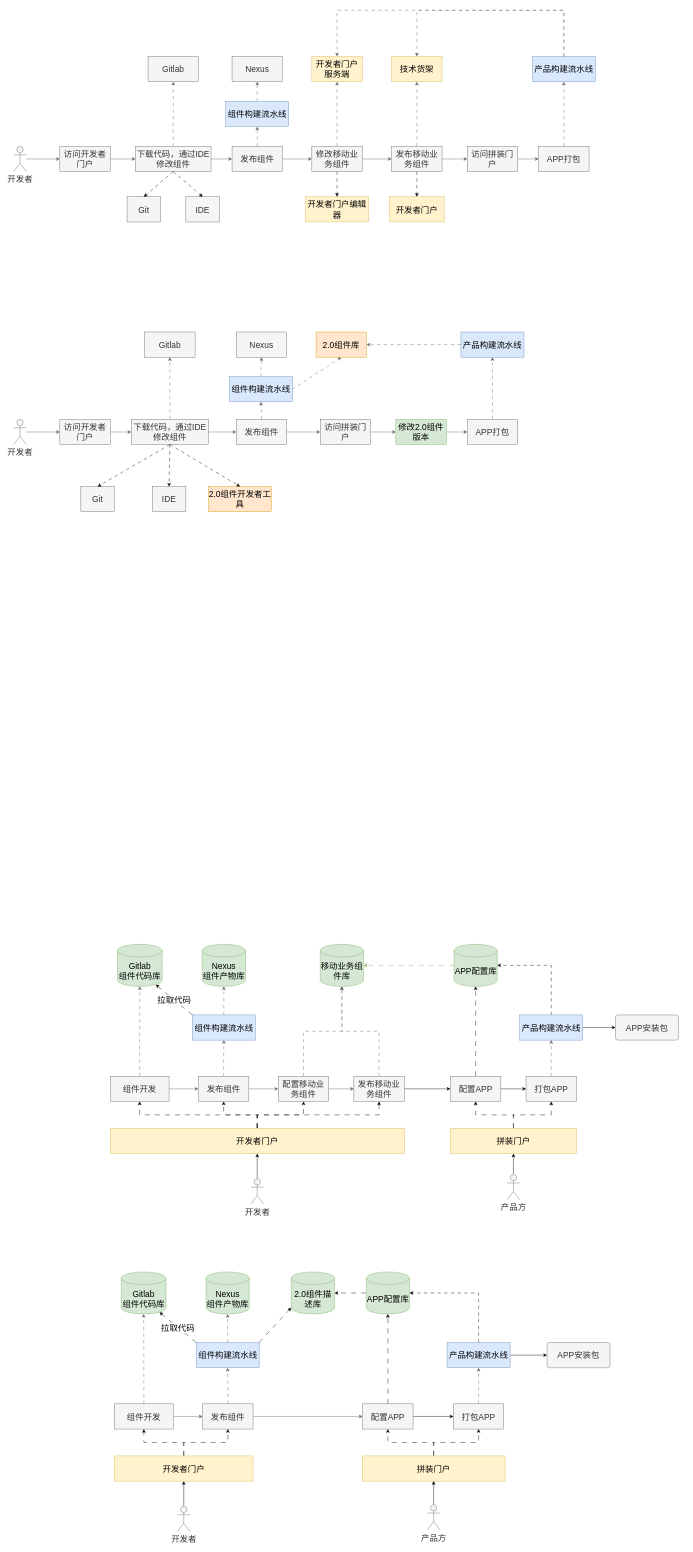
Before: page "第 17 页" (17 of 21) of nd-apf.drawio in kwhitestone/drawio, a draw.io diagram. Source tidied: cells renumbered, new cells numbered last; positions are measured from the earlier drawing's top-left corner, leaving out a move shared by most shapes. Both pictures are drawn from the tidied source at 42%, with x=0, y=0 at pixel (13, 10).
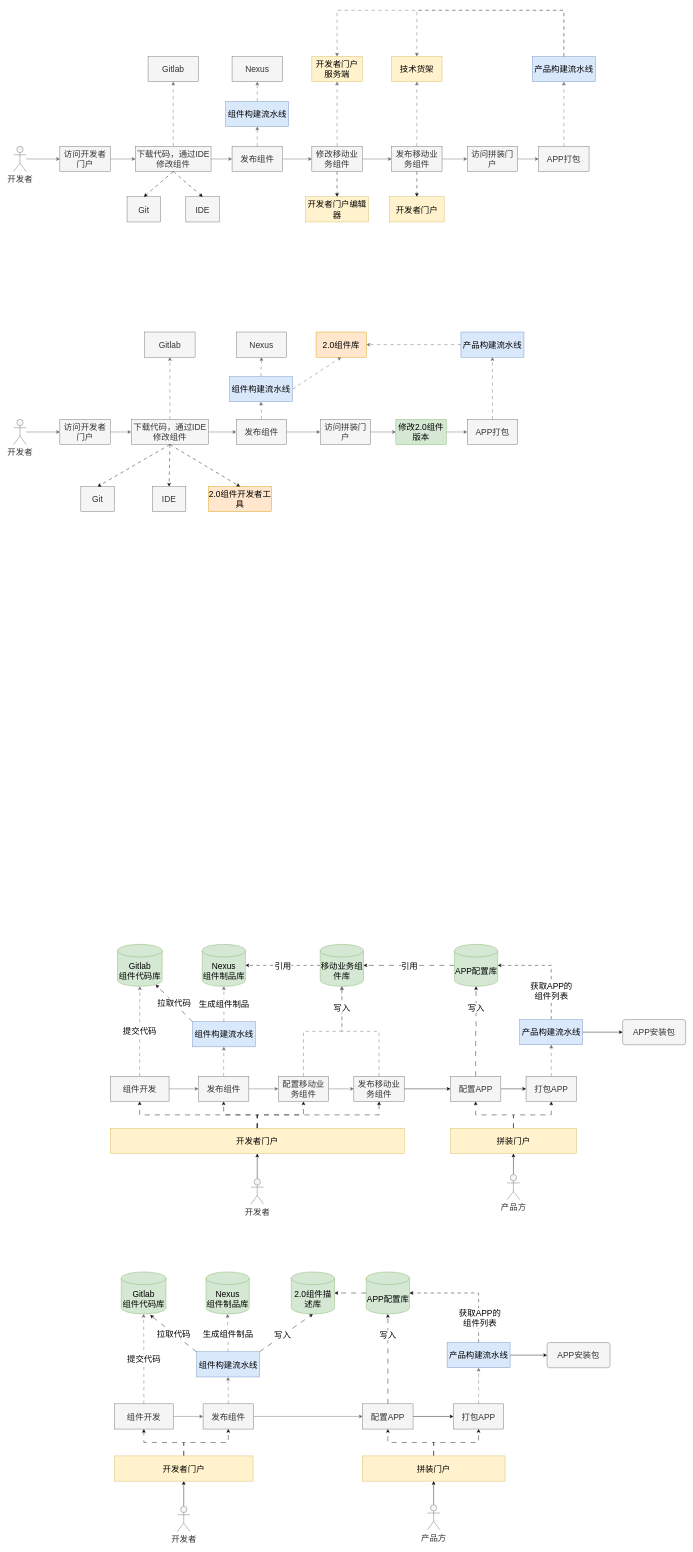
The same page after the edit.

Unchanged cells that the change refers to:
```xml
<mxCell id="73" value="组件开发" style="rounded=0;whiteSpace=wrap;html=1;fontSize=20;fillColor=#f5f5f5;fontColor=#333333;strokeColor=#666666;" parent="1" vertex="1">
  <mxGeometry x="240" y="3318" width="140" height="60" as="geometry" />
</mxCell>
<mxCell id="74" style="edgeStyle=orthogonalEdgeStyle;rounded=0;jettySize=auto;html=1;entryX=0.5;entryY=1;entryDx=0;entryDy=0;dashed=1;dashPattern=8 8;fontSize=20;fillColor=#f5f5f5;strokeColor=#666666;entryPerimeter=0;" parent="1" edge="1" source="87" target="90">
  <mxGeometry relative="1" as="geometry" />
</mxCell>
<mxCell id="83" value="产品构建流水线" style="rounded=0;whiteSpace=wrap;html=1;fontSize=20;fillColor=#dae8fc;strokeColor=#6c8ebf;" parent="1" vertex="1">
  <mxGeometry x="1032" y="3172" width="150" height="60" as="geometry" />
</mxCell>
<mxCell id="89" value="&lt;font style=&quot;font-size: 20px;&quot;&gt;Gitlab&lt;br&gt;组件代码库&lt;br&gt;&lt;/font&gt;" style="shape=cylinder3;whiteSpace=wrap;html=1;boundedLbl=1;backgroundOutline=1;size=15;fillColor=#d5e8d4;strokeColor=#82b366;" parent="1" vertex="1">
  <mxGeometry x="256.2" y="3004" width="106.5" height="100" as="geometry" />
</mxCell>
<mxCell id="96" value="配置APP" style="rounded=0;whiteSpace=wrap;html=1;fontSize=20;fillColor=#f5f5f5;fontColor=#333333;strokeColor=#666666;" parent="1" vertex="1">
  <mxGeometry x="831" y="3318" width="120" height="60" as="geometry" />
</mxCell>
<mxCell id="97" value="&lt;span style=&quot;font-size: 20px;&quot;&gt;2.0组件描述库&lt;/span&gt;" style="shape=cylinder3;whiteSpace=wrap;html=1;boundedLbl=1;backgroundOutline=1;size=15;fillColor=#d5e8d4;strokeColor=#82b366;" parent="1" vertex="1">
  <mxGeometry x="661" y="3004" width="103" height="100" as="geometry" />
</mxCell>
<mxCell id="101" value="&lt;span style=&quot;font-size: 20px;&quot;&gt;APP配置库&lt;/span&gt;" style="shape=cylinder3;whiteSpace=wrap;html=1;boundedLbl=1;backgroundOutline=1;size=15;fillColor=#d5e8d4;strokeColor=#82b366;" parent="1" vertex="1">
  <mxGeometry x="839.5" y="3004" width="103" height="100" as="geometry" />
</mxCell>
<mxCell id="106" value="组件开发" style="rounded=0;whiteSpace=wrap;html=1;fontSize=20;fillColor=#f5f5f5;fontColor=#333333;strokeColor=#666666;" parent="1" vertex="1">
  <mxGeometry x="230" y="2538" width="140" height="60" as="geometry" />
</mxCell>
<mxCell id="113" value="发布移动业务组件" style="rounded=0;whiteSpace=wrap;html=1;fontSize=20;fillColor=#f5f5f5;fontColor=#333333;strokeColor=#666666;" parent="1" vertex="1">
  <mxGeometry x="810" y="2538" width="120" height="60" as="geometry" />
</mxCell>
<mxCell id="127" value="&lt;font style=&quot;font-size: 20px;&quot;&gt;Gitlab&lt;br&gt;组件代码库&lt;br&gt;&lt;/font&gt;" style="shape=cylinder3;whiteSpace=wrap;html=1;boundedLbl=1;backgroundOutline=1;size=15;fillColor=#d5e8d4;strokeColor=#82b366;" parent="1" vertex="1">
  <mxGeometry x="247.2" y="2224" width="106.5" height="100" as="geometry" />
</mxCell>
<mxCell id="134" value="配置APP" style="rounded=0;whiteSpace=wrap;html=1;fontSize=20;fillColor=#f5f5f5;fontColor=#333333;strokeColor=#666666;" parent="1" vertex="1">
  <mxGeometry x="1040" y="2538" width="120" height="60" as="geometry" />
</mxCell>
<mxCell id="135" value="&lt;span style=&quot;font-size: 20px;&quot;&gt;移动业务组件库&lt;/span&gt;" style="shape=cylinder3;whiteSpace=wrap;html=1;boundedLbl=1;backgroundOutline=1;size=15;fillColor=#d5e8d4;strokeColor=#82b366;" parent="1" vertex="1">
  <mxGeometry x="730" y="2224" width="103" height="100" as="geometry" />
</mxCell>
```

Diff of the diagram source:
```diff
@@
-    <mxCell id="72" style="edgeStyle=orthogonalEdgeStyle;rounded=0;jettySize=auto;html=1;entryX=0.5;entryY=1;entryDx=0;entryDy=0;dashed=1;dashPattern=8 8;fontSize=20;fillColor=#f5f5f5;strokeColor=#666666;entryPerimeter=0;" parent="1" edge="1" source="73" target="89">
+    <mxCell id="72" value="提交代码" style="edgeStyle=orthogonalEdgeStyle;rounded=0;jettySize=auto;html=1;entryX=0.5;entryY=1;entryDx=0;entryDy=0;dashed=1;dashPattern=8 8;fontSize=20;fillColor=#f5f5f5;strokeColor=#666666;entryPerimeter=0;" parent="1" edge="1" source="73" target="89">
       <mxGeometry relative="1" as="geometry" />
     </mxCell>
@@
+    <mxCell id="144" value="生成组件制品" style="edgeLabel;html=1;align=center;verticalAlign=middle;fontSize=20;" parent="74" vertex="1">
+      <mxGeometry x="-0.05" y="2" relative="1" as="geometry">
+        <mxPoint x="1" as="offset" />
+      </mxGeometry>
+    </mxCell>
@@
     <mxCell id="76" value="发布组件" style="rounded=0;whiteSpace=wrap;html=1;fontSize=20;fillColor=#f5f5f5;fontColor=#333333;strokeColor=#666666;" parent="1" vertex="1">
-      <mxGeometry x="450" y="3318" width="120" height="60" as="geometry" />
+      <mxGeometry x="451" y="3318" width="120" height="60" as="geometry" />
     </mxCell>
@@
-    <mxCell id="81" style="edgeStyle=orthogonalEdgeStyle;rounded=0;jettySize=auto;html=1;entryX=1;entryY=0.5;entryDx=0;entryDy=0;entryPerimeter=0;exitX=0.5;exitY=0;exitDx=0;exitDy=0;dashed=1;dashPattern=8 8;" parent="1" edge="1" source="83" target="101">
-      <mxGeometry relative="1" as="geometry" />
+    <mxCell id="81" value="获取APP的&lt;br style=&quot;border-color: var(--border-color); font-size: 20px;&quot;&gt;&lt;span style=&quot;font-size: 20px;&quot;&gt;组件列表&lt;/span&gt;" style="edgeStyle=orthogonalEdgeStyle;rounded=0;jettySize=auto;html=1;entryX=1;entryY=0.5;entryDx=0;entryDy=0;entryPerimeter=0;exitX=0.5;exitY=0;exitDx=0;exitDy=0;dashed=1;dashPattern=8 8;fontSize=20;" parent="1" edge="1" source="83" target="101">
+      <mxGeometry x="-0.59" y="-3" relative="1" as="geometry" />
     </mxCell>
@@
-    <mxCell id="85" value="拉取代码" style="rounded=0;jettySize=auto;html=1;entryX=0.855;entryY=1;entryDx=0;entryDy=-4.35;entryPerimeter=0;exitX=0;exitY=0;exitDx=0;exitDy=0;dashed=1;dashPattern=12 12;fontSize=20;" parent="1" edge="1" source="87" target="89">
+    <mxCell id="85" value="拉取代码" style="rounded=0;jettySize=auto;html=1;entryX=0.646;entryY=1.026;entryDx=0;entryDy=0;entryPerimeter=0;exitX=0;exitY=0;exitDx=0;exitDy=0;dashed=1;dashPattern=12 12;fontSize=20;" parent="1" edge="1" source="87" target="89">
       <mxGeometry relative="1" as="geometry" />
     </mxCell>
-    <mxCell id="86" style="rounded=0;jettySize=auto;html=1;entryX=0;entryY=1;entryDx=0;entryDy=-15;entryPerimeter=0;dashed=1;dashPattern=12 12;exitX=1;exitY=0;exitDx=0;exitDy=0;" parent="1" edge="1" source="87" target="97">
-      <mxGeometry relative="1" as="geometry" />
+    <mxCell id="86" value="写入" style="rounded=0;jettySize=auto;html=1;entryX=0.5;entryY=1;entryDx=0;entryDy=0;entryPerimeter=0;dashed=1;dashPattern=12 12;exitX=1;exitY=0;exitDx=0;exitDy=0;fontSize=20;" parent="1" edge="1" source="87" target="97">
+      <mxGeometry x="-0.13" y="1" relative="1" as="geometry" />
     </mxCell>
     <mxCell id="87" value="组件构建流水线" style="rounded=0;whiteSpace=wrap;html=1;fontSize=20;fillColor=#dae8fc;strokeColor=#6c8ebf;" parent="1" vertex="1">
-      <mxGeometry x="434.5" y="3172" width="150" height="60" as="geometry" />
+      <mxGeometry x="435.5" y="3194" width="150" height="60" as="geometry" />
     </mxCell>
@@
-    <mxCell id="90" value="&lt;font style=&quot;font-size: 20px;&quot;&gt;Nexus&lt;br&gt;组件产物库&lt;/font&gt;" style="shape=cylinder3;whiteSpace=wrap;html=1;boundedLbl=1;backgroundOutline=1;size=15;fillColor=#d5e8d4;strokeColor=#82b366;" parent="1" vertex="1">
+    <mxCell id="90" value="&lt;font style=&quot;font-size: 20px;&quot;&gt;Nexus&lt;br&gt;组件制品库&lt;/font&gt;" style="shape=cylinder3;whiteSpace=wrap;html=1;boundedLbl=1;backgroundOutline=1;size=15;fillColor=#d5e8d4;strokeColor=#82b366;" parent="1" vertex="1">
       <mxGeometry x="458" y="3004" width="103" height="100" as="geometry" />
     </mxCell>
@@
-    <mxCell id="95" style="edgeStyle=orthogonalEdgeStyle;rounded=0;jettySize=auto;html=1;entryX=0.5;entryY=1;entryDx=0;entryDy=0;entryPerimeter=0;dashed=1;dashPattern=12 12;" parent="1" edge="1" source="96" target="101">
-      <mxGeometry relative="1" as="geometry" />
+    <mxCell id="95" value="写入" style="edgeStyle=orthogonalEdgeStyle;rounded=0;jettySize=auto;html=1;entryX=0.5;entryY=1;entryDx=0;entryDy=0;entryPerimeter=0;dashed=1;dashPattern=12 12;fontSize=20;" parent="1" edge="1" source="96" target="101">
+      <mxGeometry x="0.53" relative="1" as="geometry" />
     </mxCell>
@@
-    <mxCell id="105" style="edgeStyle=orthogonalEdgeStyle;rounded=0;jettySize=auto;html=1;entryX=0.5;entryY=1;entryDx=0;entryDy=0;dashed=1;dashPattern=8 8;fontSize=20;fillColor=#f5f5f5;strokeColor=#666666;entryPerimeter=0;" parent="1" edge="1" source="106" target="127">
+    <mxCell id="105" value="提交代码" style="edgeStyle=orthogonalEdgeStyle;rounded=0;jettySize=auto;html=1;entryX=0.5;entryY=1;entryDx=0;entryDy=0;dashed=1;dashPattern=8 8;fontSize=20;fillColor=#f5f5f5;strokeColor=#666666;entryPerimeter=0;" parent="1" edge="1" source="106" target="127">
       <mxGeometry relative="1" as="geometry" />
     </mxCell>
@@
-    <mxCell id="107" style="edgeStyle=orthogonalEdgeStyle;rounded=0;jettySize=auto;html=1;entryX=0.5;entryY=1;entryDx=0;entryDy=0;dashed=1;dashPattern=8 8;fontSize=20;fillColor=#f5f5f5;strokeColor=#666666;entryPerimeter=0;" parent="1" edge="1" source="125" target="128">
+    <mxCell id="107" value="生成组件制品" style="edgeStyle=orthogonalEdgeStyle;rounded=0;jettySize=auto;html=1;entryX=0.5;entryY=1;entryDx=0;entryDy=0;dashed=1;dashPattern=8 8;fontSize=20;fillColor=#f5f5f5;strokeColor=#666666;entryPerimeter=0;" parent="1" edge="1" source="125" target="128">
       <mxGeometry relative="1" as="geometry" />
     </mxCell>
@@
-    <mxCell id="120" style="edgeStyle=orthogonalEdgeStyle;rounded=0;jettySize=auto;html=1;entryX=1;entryY=0.5;entryDx=0;entryDy=0;entryPerimeter=0;exitX=0.5;exitY=0;exitDx=0;exitDy=0;dashed=1;dashPattern=8 8;" parent="1" edge="1" source="122" target="141">
-      <mxGeometry relative="1" as="geometry" />
+    <mxCell id="120" value="获取APP的&lt;br&gt;组件列表" style="edgeStyle=orthogonalEdgeStyle;rounded=0;jettySize=auto;html=1;entryX=1;entryY=0.5;entryDx=0;entryDy=0;entryPerimeter=0;exitX=0.5;exitY=0;exitDx=0;exitDy=0;dashed=1;dashPattern=8 8;fontSize=20;" parent="1" edge="1" source="122" target="141">
+      <mxGeometry x="-0.46" relative="1" as="geometry" />
     </mxCell>
@@
     <mxCell id="122" value="产品构建流水线" style="rounded=0;whiteSpace=wrap;html=1;fontSize=20;fillColor=#dae8fc;strokeColor=#6c8ebf;" parent="1" vertex="1">
-      <mxGeometry x="1205" y="2392" width="150" height="60" as="geometry" />
+      <mxGeometry x="1205" y="2403" width="150" height="60" as="geometry" />
     </mxCell>
@@
     <mxCell id="125" value="组件构建流水线" style="rounded=0;whiteSpace=wrap;html=1;fontSize=20;fillColor=#dae8fc;strokeColor=#6c8ebf;" parent="1" vertex="1">
-      <mxGeometry x="425.5" y="2392" width="150" height="60" as="geometry" />
+      <mxGeometry x="425.5" y="2408" width="150" height="60" as="geometry" />
     </mxCell>
@@
-    <mxCell id="128" value="&lt;font style=&quot;font-size: 20px;&quot;&gt;Nexus&lt;br&gt;组件产物库&lt;/font&gt;" style="shape=cylinder3;whiteSpace=wrap;html=1;boundedLbl=1;backgroundOutline=1;size=15;fillColor=#d5e8d4;strokeColor=#82b366;" parent="1" vertex="1">
+    <mxCell id="128" value="&lt;font style=&quot;font-size: 20px;&quot;&gt;Nexus&lt;br&gt;组件制品库&lt;/font&gt;" style="shape=cylinder3;whiteSpace=wrap;html=1;boundedLbl=1;backgroundOutline=1;size=15;fillColor=#d5e8d4;strokeColor=#82b366;" parent="1" vertex="1">
       <mxGeometry x="449" y="2224" width="103" height="100" as="geometry" />
     </mxCell>
@@
-    <mxCell id="133" style="edgeStyle=orthogonalEdgeStyle;rounded=0;jettySize=auto;html=1;entryX=0.5;entryY=1;entryDx=0;entryDy=0;entryPerimeter=0;dashed=1;dashPattern=12 12;" parent="1" edge="1" source="134" target="141">
-      <mxGeometry relative="1" as="geometry" />
+    <mxCell id="133" value="写入" style="edgeStyle=orthogonalEdgeStyle;rounded=0;jettySize=auto;html=1;entryX=0.5;entryY=1;entryDx=0;entryDy=0;entryPerimeter=0;dashed=1;dashPattern=12 12;fontSize=20;" parent="1" edge="1" source="134" target="141">
+      <mxGeometry x="0.53" relative="1" as="geometry" />
     </mxCell>
@@
+    <mxCell id="145" value="引用" style="edgeStyle=orthogonalEdgeStyle;rounded=0;jettySize=auto;html=1;entryX=1;entryY=0.5;entryDx=0;entryDy=0;entryPerimeter=0;dashed=1;dashPattern=8 8;fontSize=20;" parent="1" edge="1" source="135" target="128">
+      <mxGeometry relative="1" as="geometry" />
+    </mxCell>
@@
-    <mxCell id="137" style="edgeStyle=orthogonalEdgeStyle;rounded=0;jettySize=auto;html=1;dashed=1;dashPattern=8 8;fontSize=20;fillColor=#f5f5f5;strokeColor=#666666;exitX=0.5;exitY=0;exitDx=0;exitDy=0;entryX=0.5;entryY=1;entryDx=0;entryDy=0;entryPerimeter=0;" parent="1" edge="1" source="113" target="135">
-      <mxGeometry relative="1" as="geometry" />
+    <mxCell id="137" value="写入" style="edgeStyle=orthogonalEdgeStyle;rounded=0;jettySize=auto;html=1;dashed=1;dashPattern=8 8;fontSize=20;fillColor=#f5f5f5;strokeColor=#666666;exitX=0.5;exitY=0;exitDx=0;exitDy=0;entryX=0.5;entryY=1;entryDx=0;entryDy=0;entryPerimeter=0;" parent="1" edge="1" source="113" target="135">
+      <mxGeometry x="0.67" y="2" relative="1" as="geometry">
+        <mxPoint x="1" as="offset" />
+      </mxGeometry>
     </mxCell>
@@
-    <mxCell id="140" style="edgeStyle=orthogonalEdgeStyle;rounded=0;jettySize=auto;html=1;entryX=1;entryY=0.5;entryDx=0;entryDy=0;entryPerimeter=0;dashed=1;dashPattern=12 12;fillColor=#d5e8d4;strokeColor=#82b366;" parent="1" edge="1" source="141" target="135">
+    <mxCell id="140" value="引用" style="edgeStyle=orthogonalEdgeStyle;rounded=0;jettySize=auto;html=1;entryX=1;entryY=0.5;entryDx=0;entryDy=0;entryPerimeter=0;dashed=1;dashPattern=12 12;fillColor=#d5e8d4;strokeColor=#000000;fontSize=20;" parent="1" edge="1" source="141" target="135">
       <mxGeometry relative="1" as="geometry" />
     </mxCell>
     <mxCell id="141" value="&lt;span style=&quot;font-size: 20px;&quot;&gt;APP配置库&lt;/span&gt;" style="shape=cylinder3;whiteSpace=wrap;html=1;boundedLbl=1;backgroundOutline=1;size=15;fillColor=#d5e8d4;strokeColor=#82b366;" parent="1" vertex="1">
-      <mxGeometry x="1048.5" y="2224" width="103" height="100" as="geometry" />
+      <mxGeometry x="1049.5" y="2224" width="103" height="100" as="geometry" />
     </mxCell>
@@
     <mxCell id="143" value="APP安装包" style="rounded=1;arcSize=10;whiteSpace=wrap;html=1;align=center;fontSize=20;fillColor=#f5f5f5;fontColor=#333333;strokeColor=#666666;" parent="1" vertex="1">
-      <mxGeometry x="1433" y="2392" width="150" height="60" as="geometry" />
+      <mxGeometry x="1450" y="2403" width="150" height="60" as="geometry" />
     </mxCell>
```
